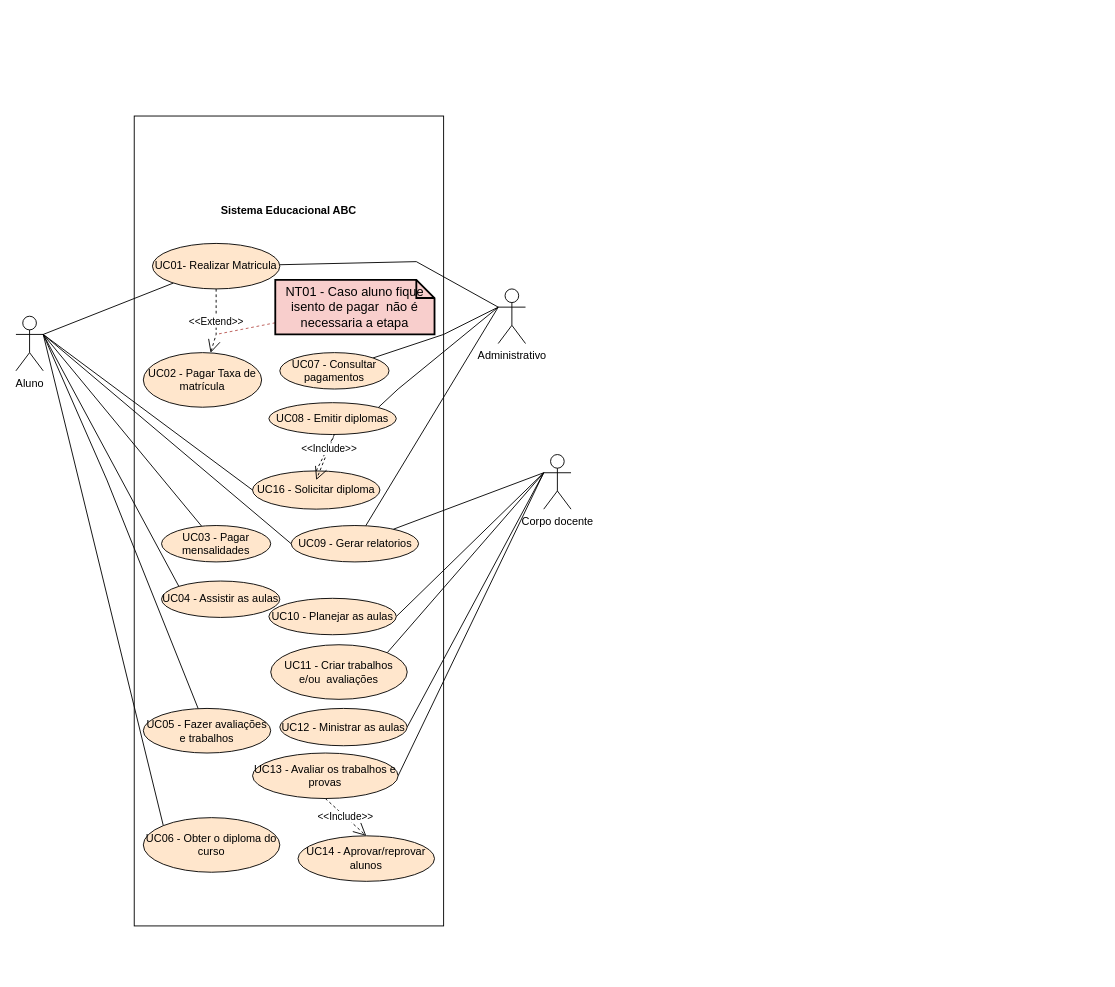
The draw.io diagram page "Page-1" (1 of 2) of CasoDeUso/Diagrama de caso de uso.drawio in EAbeier/Analise-e-Modelagem-de-Sistemas, before the edit. Source tidied: cells renumbered, new cells numbered last; positions are measured from the earlier drawing's top-left corner, leaving out a move shared by most shapes. Both pictures are drawn from the tidied source at 91%, with x=0, y=0 at pixel (15, 116).
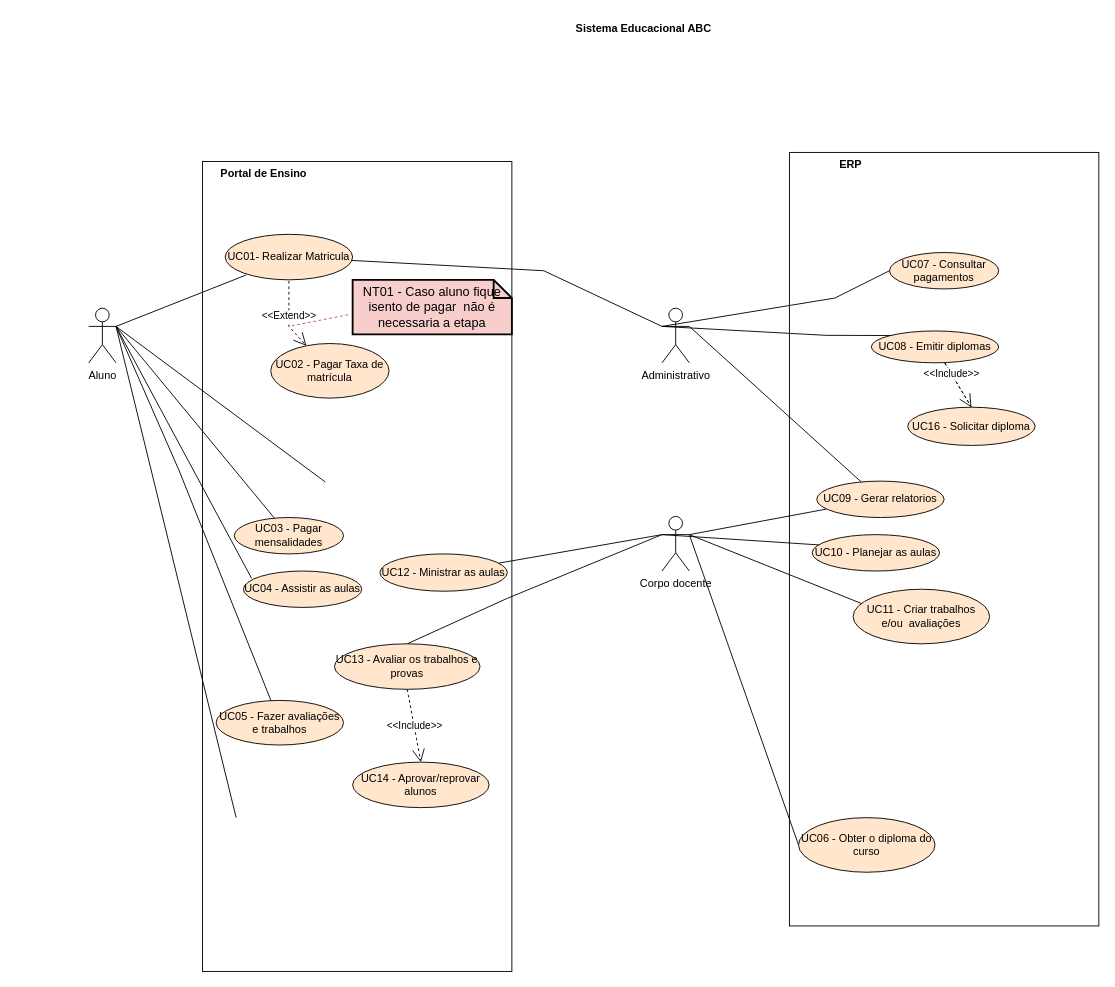
The same page after the edit.

Change to the diagram source:
```diff
@@
+    <mxCell id="45" style="rounded=0;whiteSpace=wrap;html=1;fillColor=none;" parent="1" vertex="1">
+      <mxGeometry x="205" y="50" width="340" height="890" as="geometry" />
+    </mxCell>
     <mxCell id="2" style="rounded=0;whiteSpace=wrap;html=1;fillColor=none;" parent="1" vertex="1">
-      <mxGeometry x="130" width="340" height="890" as="geometry" />
+      <mxGeometry x="850" y="40" width="340" height="850" as="geometry" />
     </mxCell>
-    <mxCell id="3" style="rounded=0;jettySize=auto;html=1;endArrow=none;endFill=0;exitX=1;exitY=0.3333333333333333;exitDx=0;exitDy=0;exitPerimeter=0;" parent="1" edge="1" source="10" target="16">
-      <mxGeometry relative="1" as="geometry" />
+    <mxCell id="3" style="rounded=0;jettySize=auto;html=1;endArrow=none;endFill=0;exitX=1;exitY=0.3333333333333333;exitDx=0;exitDy=0;exitPerimeter=0;" parent="1" edge="1" source="10">
+      <mxGeometry relative="1" as="geometry">
+        <mxPoint x="253" y="174.7" as="targetPoint" />
+      </mxGeometry>
     </mxCell>
@@
-    <mxCell id="5" style="edgeStyle=none;rounded=0;jettySize=auto;html=1;entryX=0;entryY=0;entryDx=0;entryDy=0;endArrow=none;endFill=0;exitX=1;exitY=0.3333333333333333;exitDx=0;exitDy=0;exitPerimeter=0;" parent="1" edge="1" source="10" target="30">
-      <mxGeometry relative="1" as="geometry" />
+    <mxCell id="5" style="edgeStyle=none;rounded=0;jettySize=auto;html=1;entryX=0;entryY=0;entryDx=0;entryDy=0;endArrow=none;endFill=0;exitX=1;exitY=0.3333333333333333;exitDx=0;exitDy=0;exitPerimeter=0;" parent="1" edge="1" source="10">
+      <mxGeometry relative="1" as="geometry">
+        <mxPoint x="259" y="508.1" as="targetPoint" />
+      </mxGeometry>
     </mxCell>
-    <mxCell id="6" style="edgeStyle=none;rounded=0;jettySize=auto;html=1;exitX=1;exitY=0.3333333333333333;exitDx=0;exitDy=0;exitPerimeter=0;entryX=0;entryY=0;entryDx=0;entryDy=0;endArrow=none;endFill=0;" parent="1" edge="1" source="10" target="33">
-      <mxGeometry relative="1" as="geometry" />
+    <mxCell id="6" style="edgeStyle=none;rounded=0;jettySize=auto;html=1;exitX=1;exitY=0.3333333333333333;exitDx=0;exitDy=0;exitPerimeter=0;entryX=0;entryY=0;entryDx=0;entryDy=0;endArrow=none;endFill=0;" parent="1" edge="1" source="10">
+      <mxGeometry relative="1" as="geometry">
+        <mxPoint x="242" y="771" as="targetPoint" />
+      </mxGeometry>
     </mxCell>
     <mxCell id="7" style="rounded=0;jettySize=auto;html=1;endArrow=none;endFill=0;exitX=1;exitY=0.3333333333333333;exitDx=0;exitDy=0;exitPerimeter=0;" parent="1" edge="1" source="10" target="31">
       <mxGeometry relative="1" as="geometry">
         <Array as="points">
-          <mxPoint x="100" y="400" />
+          <mxPoint x="180" y="391.2" />
         </Array>
       </mxGeometry>
     </mxCell>
-    <mxCell id="8" style="edgeStyle=none;rounded=0;jettySize=auto;html=1;exitX=1;exitY=0.3333333333333333;exitDx=0;exitDy=0;exitPerimeter=0;endArrow=none;endFill=0;entryX=0;entryY=0.5;entryDx=0;entryDy=0;" parent="1" edge="1" source="10" target="36">
-      <mxGeometry relative="1" as="geometry" />
-    </mxCell>
-    <mxCell id="9" style="rounded=0;jettySize=auto;html=1;entryX=0;entryY=0.5;entryDx=0;entryDy=0;endArrow=none;endFill=0;" parent="1" edge="1" target="43">
+    <mxCell id="9" style="rounded=0;orthogonalLoop=1;jettySize=auto;html=1;entryX=0;entryY=0.5;entryDx=0;entryDy=0;endArrow=none;endFill=0;" parent="1" edge="1">
       <mxGeometry relative="1" as="geometry">
-        <mxPoint x="30" y="240" as="sourcePoint" />
+        <mxPoint x="110" y="231.2" as="sourcePoint" />
+        <mxPoint x="340" y="402.2" as="targetPoint" />
       </mxGeometry>
     </mxCell>
     <mxCell id="10" value="Aluno" style="shape=umlActor;verticalLabelPosition=bottom;verticalAlign=top;html=1;outlineConnect=0;" parent="1" vertex="1">
-      <mxGeometry y="220" width="30" height="60" as="geometry" />
+      <mxGeometry x="80" y="211.2" width="30" height="60" as="geometry" />
     </mxCell>
-    <mxCell id="11" style="edgeStyle=none;rounded=0;jettySize=auto;html=1;endArrow=none;endFill=0;" parent="1" edge="1" target="16">
+    <mxCell id="11" style="edgeStyle=none;rounded=0;jettySize=auto;html=1;endArrow=none;endFill=0;exitX=0;exitY=0.3333333333333333;exitDx=0;exitDy=0;exitPerimeter=0;" parent="1" edge="1" source="15" target="16">
       <mxGeometry relative="1" as="geometry">
-        <mxPoint x="530" y="210" as="sourcePoint" />
         <Array as="points">
-          <mxPoint x="440" y="160" />
+          <mxPoint x="580" y="170" />
         </Array>
       </mxGeometry>
     </mxCell>
-    <mxCell id="12" style="edgeStyle=none;rounded=0;jettySize=auto;html=1;exitX=0;exitY=0.3333333333333333;exitDx=0;exitDy=0;exitPerimeter=0;entryX=1;entryY=0;entryDx=0;entryDy=0;endArrow=none;endFill=0;" parent="1" edge="1" source="15" target="35">
+    <mxCell id="12" style="edgeStyle=none;rounded=0;jettySize=auto;html=1;exitX=0;exitY=0.3333333333333333;exitDx=0;exitDy=0;exitPerimeter=0;entryX=0;entryY=0.5;entryDx=0;entryDy=0;endArrow=none;endFill=0;" parent="1" edge="1" source="15" target="35">
       <mxGeometry relative="1" as="geometry">
         <Array as="points">
-          <mxPoint x="470" y="240" />
+          <mxPoint x="900" y="200" />
         </Array>
       </mxGeometry>
     </mxCell>
     <mxCell id="13" style="edgeStyle=none;rounded=0;jettySize=auto;html=1;exitX=0;exitY=0.3333333333333333;exitDx=0;exitDy=0;exitPerimeter=0;endArrow=none;endFill=0;entryX=1;entryY=0;entryDx=0;entryDy=0;" parent="1" edge="1" source="15" target="37">
       <mxGeometry relative="1" as="geometry">
         <Array as="points">
-          <mxPoint x="420" y="300" />
+          <mxPoint x="890" y="241" />
         </Array>
       </mxGeometry>
     </mxCell>
-    <mxCell id="14" style="edgeStyle=none;rounded=0;jettySize=auto;html=1;endArrow=none;endFill=0;exitX=0;exitY=0.3333333333333333;exitDx=0;exitDy=0;exitPerimeter=0;" parent="1" edge="1" source="15" target="36">
+    <mxCell id="14" style="edgeStyle=none;rounded=0;jettySize=auto;html=1;endArrow=none;endFill=0;exitX=1;exitY=0.3333333333333333;exitDx=0;exitDy=0;exitPerimeter=0;" parent="1" edge="1" source="15" target="36">
       <mxGeometry relative="1" as="geometry" />
     </mxCell>
     <mxCell id="15" value="Administrativo" style="shape=umlActor;verticalLabelPosition=bottom;verticalAlign=top;html=1;outlineConnect=0;" parent="1" vertex="1">
-      <mxGeometry x="530" y="190" width="30" height="60" as="geometry" />
+      <mxGeometry x="710" y="211.2" width="30" height="60" as="geometry" />
     </mxCell>
     <mxCell id="16" value="UC01- Realizar Matricula" style="ellipse;whiteSpace=wrap;html=1;fillColor=#ffe6cc;strokeColor=#000000;" parent="1" vertex="1">
-      <mxGeometry x="150" y="140" width="140" height="50" as="geometry" />
+      <mxGeometry x="230" y="130" width="140" height="50" as="geometry" />
     </mxCell>
     <mxCell id="17" value="UC02 - Pagar Taxa de matrícula" style="ellipse;whiteSpace=wrap;html=1;strokeColor=#000000;fillColor=#ffe6cc;" parent="1" vertex="1">
-      <mxGeometry x="140" y="260" width="130" height="60" as="geometry" />
+      <mxGeometry x="280" y="250" width="130" height="60" as="geometry" />
     </mxCell>
-    <mxCell id="18" value="&amp;lt;&amp;lt;Extend&amp;gt;&amp;gt;" style="endArrow=open;endSize=12;dashed=1;html=1;rounded=0;" parent="1" edge="1" source="16" target="17">
+    <mxCell id="18" value="&amp;lt;&amp;lt;Extend&amp;gt;&amp;gt;" style="endArrow=open;endSize=12;dashed=1;html=1;rounded=0;" parent="1" edge="1" target="17">
       <mxGeometry relative="1" as="geometry">
+        <mxPoint x="300" y="181.2" as="sourcePoint" />
         <Array as="points">
-          <mxPoint x="220" y="240" />
+          <mxPoint x="300" y="231.2" />
         </Array>
       </mxGeometry>
     </mxCell>
-    <mxCell id="19" style="edgeStyle=none;rounded=0;jettySize=auto;html=1;dashed=1;endArrow=none;endFill=0;fillColor=#f8cecc;strokeColor=#b85450;" parent="1" edge="1" source="20">
+    <mxCell id="19" style="edgeStyle=none;rounded=0;orthogonalLoop=1;jettySize=auto;html=1;dashed=1;endArrow=none;endFill=0;fillColor=#f8cecc;strokeColor=#b85450;" parent="1" edge="1">
       <mxGeometry relative="1" as="geometry">
-        <mxPoint x="220" y="240" as="targetPoint" />
+        <mxPoint x="365" y="218.4" as="sourcePoint" />
+        <mxPoint x="300" y="231.2" as="targetPoint" />
       </mxGeometry>
     </mxCell>
     <mxCell id="20" value="NT01 - Caso aluno fique isento de pagar&amp;nbsp; não é necessaria a etapa" style="shape=note;strokeWidth=2;fontSize=14;size=20;whiteSpace=wrap;html=1;fillColor=#f8cecc;strokeColor=#000000;" parent="1" vertex="1">
-      <mxGeometry x="285" y="180" width="175" height="60" as="geometry" />
+      <mxGeometry x="370" y="180" width="175" height="60" as="geometry" />
     </mxCell>
@@
-    <mxCell id="22" style="edgeStyle=none;rounded=0;jettySize=auto;html=1;entryX=1;entryY=0.5;entryDx=0;entryDy=0;endArrow=none;endFill=0;exitX=0;exitY=0.3333333333333333;exitDx=0;exitDy=0;exitPerimeter=0;" parent="1" edge="1" source="26" target="29">
-      <mxGeometry relative="1" as="geometry" />
+    <mxCell id="22" style="edgeStyle=none;rounded=0;jettySize=auto;html=1;endArrow=none;endFill=0;" parent="1" edge="1" target="29">
+      <mxGeometry relative="1" as="geometry">
+        <mxPoint x="710" y="460" as="sourcePoint" />
+      </mxGeometry>
     </mxCell>
-    <mxCell id="23" style="edgeStyle=none;rounded=0;jettySize=auto;html=1;entryX=1;entryY=0.5;entryDx=0;entryDy=0;endArrow=none;endFill=0;exitX=0;exitY=0.3333333333333333;exitDx=0;exitDy=0;exitPerimeter=0;" parent="1" edge="1" source="26" target="32">
-      <mxGeometry relative="1" as="geometry" />
+    <mxCell id="23" style="edgeStyle=none;rounded=0;jettySize=auto;html=1;entryX=0.5;entryY=0;entryDx=0;entryDy=0;endArrow=none;endFill=0;" parent="1" edge="1" target="32">
+      <mxGeometry relative="1" as="geometry">
+        <mxPoint x="710" y="460" as="sourcePoint" />
+        <Array as="points">
+          <mxPoint x="540" y="530" />
+        </Array>
+      </mxGeometry>
     </mxCell>
-    <mxCell id="24" style="edgeStyle=none;rounded=0;jettySize=auto;html=1;endArrow=none;endFill=0;entryX=1;entryY=0;entryDx=0;entryDy=0;" parent="1" edge="1" target="39">
-      <mxGeometry relative="1" as="geometry">
-        <mxPoint x="580" y="392" as="sourcePoint" />
-      </mxGeometry>
+    <mxCell id="24" style="edgeStyle=none;rounded=0;jettySize=auto;html=1;endArrow=none;endFill=0;entryX=0.133;entryY=0.333;entryDx=0;entryDy=0;exitX=1;exitY=0.3333333333333333;exitDx=0;exitDy=0;exitPerimeter=0;entryPerimeter=0;" parent="1" edge="1" source="26" target="39">
+      <mxGeometry relative="1" as="geometry" />
     </mxCell>
-    <mxCell id="25" style="edgeStyle=none;rounded=0;jettySize=auto;html=1;endArrow=none;endFill=0;" parent="1" edge="1" target="36">
-      <mxGeometry relative="1" as="geometry">
-        <mxPoint x="580" y="392" as="sourcePoint" />
-      </mxGeometry>
+    <mxCell id="25" style="edgeStyle=none;rounded=0;jettySize=auto;html=1;endArrow=none;endFill=0;exitX=1;exitY=0.3333333333333333;exitDx=0;exitDy=0;exitPerimeter=0;" parent="1" edge="1" source="26" target="36">
+      <mxGeometry relative="1" as="geometry" />
     </mxCell>
+    <mxCell id="46" style="rounded=0;jettySize=auto;html=1;exitX=1;exitY=0.3333333333333333;exitDx=0;exitDy=0;exitPerimeter=0;entryX=0;entryY=0.5;entryDx=0;entryDy=0;endArrow=none;endFill=0;" parent="1" edge="1" source="26" target="33">
+      <mxGeometry relative="1" as="geometry" />
+    </mxCell>
     <mxCell id="26" value="Corpo docente" style="shape=umlActor;verticalLabelPosition=bottom;verticalAlign=top;html=1;outlineConnect=0;strokeColor=#000000;" parent="1" vertex="1">
-      <mxGeometry x="580" y="372" width="30" height="60" as="geometry" />
+      <mxGeometry x="710" y="440" width="30" height="60" as="geometry" />
     </mxCell>
     <mxCell id="27" value="UC03 - Pagar mensalidades" style="ellipse;whiteSpace=wrap;html=1;strokeColor=#000000;fillColor=#ffe6cc;" parent="1" vertex="1">
-      <mxGeometry x="160" y="450" width="120" height="40" as="geometry" />
+      <mxGeometry x="240" y="441.2" width="120" height="40" as="geometry" />
     </mxCell>
     <mxCell id="28" value="UC10 - Planejar as aulas" style="ellipse;whiteSpace=wrap;html=1;strokeColor=#000000;fillColor=#ffe6cc;" parent="1" vertex="1">
-      <mxGeometry x="278" y="530" width="140" height="40" as="geometry" />
+      <mxGeometry x="875" y="460" width="140" height="40" as="geometry" />
     </mxCell>
     <mxCell id="29" value="UC12 - Ministrar as aulas" style="ellipse;whiteSpace=wrap;html=1;strokeColor=#000000;fillColor=#FFE6CC;" parent="1" vertex="1">
-      <mxGeometry x="290" y="651" width="140" height="41" as="geometry" />
+      <mxGeometry x="400" y="481.2" width="140" height="41" as="geometry" />
     </mxCell>
     <mxCell id="30" value="UC04 - Assistir as aulas" style="ellipse;whiteSpace=wrap;html=1;strokeColor=#000000;fillColor=#FFE6CC;" parent="1" vertex="1">
-      <mxGeometry x="160" y="511" width="130" height="40" as="geometry" />
+      <mxGeometry x="250" y="500" width="130" height="40" as="geometry" />
     </mxCell>
     <mxCell id="31" value="UC05 - Fazer avaliações e trabalhos" style="ellipse;whiteSpace=wrap;html=1;strokeColor=#000000;fillColor=#FFE6CC;" parent="1" vertex="1">
-      <mxGeometry x="140" y="651" width="140" height="49" as="geometry" />
+      <mxGeometry x="220" y="642.2" width="140" height="49" as="geometry" />
     </mxCell>
     <mxCell id="32" value="UC13 - Avaliar os trabalhos e provas" style="ellipse;whiteSpace=wrap;html=1;strokeColor=#000000;fillColor=#FFE6CC;" parent="1" vertex="1">
-      <mxGeometry x="260" y="700" width="160" height="50" as="geometry" />
+      <mxGeometry x="350" y="580" width="160" height="50" as="geometry" />
     </mxCell>
     <mxCell id="33" value="UC06 - Obter o diploma do curso" style="ellipse;whiteSpace=wrap;html=1;strokeColor=#000000;fillColor=#FFE6CC;" parent="1" vertex="1">
-      <mxGeometry x="140" y="771" width="150" height="60" as="geometry" />
+      <mxGeometry x="860" y="771" width="150" height="60" as="geometry" />
     </mxCell>
@@
     <mxCell id="35" value="UC07 - Consultar pagamentos" style="ellipse;whiteSpace=wrap;html=1;strokeColor=#000000;fillColor=#FFE6CC;" parent="1" vertex="1">
-      <mxGeometry x="290" y="260" width="120" height="40" as="geometry" />
+      <mxGeometry x="960" y="150" width="120" height="40" as="geometry" />
     </mxCell>
     <mxCell id="36" value="UC09 - Gerar relatorios" style="ellipse;whiteSpace=wrap;html=1;strokeColor=#000000;fillColor=#FFE6CC;" parent="1" vertex="1">
-      <mxGeometry x="302.5" y="450" width="140" height="40" as="geometry" />
+      <mxGeometry x="880" y="401.2" width="140" height="40" as="geometry" />
     </mxCell>
     <mxCell id="37" value="UC08 - Emitir diplomas" style="ellipse;whiteSpace=wrap;html=1;strokeColor=#000000;fillColor=#FFE6CC;" parent="1" vertex="1">
-      <mxGeometry x="278" y="315" width="140" height="35" as="geometry" />
+      <mxGeometry x="940" y="236.2" width="140" height="35" as="geometry" />
     </mxCell>
     <mxCell id="38" value="UC14 - Aprovar/reprovar alunos" style="ellipse;whiteSpace=wrap;html=1;strokeColor=#000000;fillColor=#FFE6CC;" parent="1" vertex="1">
-      <mxGeometry x="310" y="791" width="150" height="50" as="geometry" />
+      <mxGeometry x="370" y="710" width="150" height="50" as="geometry" />
     </mxCell>
     <mxCell id="39" value="UC11 - Criar trabalhos e/ou&amp;nbsp; avaliações" style="ellipse;whiteSpace=wrap;html=1;strokeColor=#000000;fillColor=#FFE6CC;" parent="1" vertex="1">
-      <mxGeometry x="280" y="581" width="150" height="60" as="geometry" />
+      <mxGeometry x="920" y="520" width="150" height="60" as="geometry" />
     </mxCell>
     <mxCell id="40" value="Sistema Educacional ABC" style="text;align=center;fontStyle=1;verticalAlign=middle;spacingLeft=3;spacingRight=3;strokeColor=none;fillColor=none;" parent="1" vertex="1">
-      <mxGeometry x="220" y="90" width="160" height="26" as="geometry" />
+      <mxGeometry x="610" y="-110" width="160" height="26" as="geometry" />
     </mxCell>
@@
     <mxCell id="43" value="UC16 - Solicitar diploma" style="ellipse;whiteSpace=wrap;html=1;strokeColor=#000000;fillColor=#FFE6CC;" parent="1" vertex="1">
-      <mxGeometry x="260" y="390" width="140" height="42" as="geometry" />
+      <mxGeometry x="980" y="320" width="140" height="42" as="geometry" />
     </mxCell>
     <mxCell id="44" value="&amp;lt;&amp;lt;Include&amp;gt;&amp;gt;" style="endArrow=open;endSize=12;dashed=1;html=1;rounded=0;exitX=0.5;exitY=0;exitDx=0;exitDy=0;" parent="1" edge="1" source="43">
       <mxGeometry x="0.25" relative="1" as="geometry">
-        <mxPoint x="330" y="400" as="targetPoint" />
+        <mxPoint x="1050" y="320" as="targetPoint" />
         <Array as="points">
-          <mxPoint x="350" y="350" />
+          <mxPoint x="1020" y="270" />
         </Array>
       </mxGeometry>
     </mxCell>
+    <mxCell id="47" value="Portal de Ensino" style="text;align=center;fontStyle=1;verticalAlign=middle;spacingLeft=3;spacingRight=3;strokeColor=none;" parent="1" vertex="1">
+      <mxGeometry x="205" y="50" width="135" height="26" as="geometry" />
+    </mxCell>
+    <mxCell id="48" value="ERP" style="text;align=center;fontStyle=1;verticalAlign=middle;spacingLeft=3;spacingRight=3;strokeColor=none;" parent="1" vertex="1">
+      <mxGeometry x="850" y="40" width="135" height="26" as="geometry" />
+    </mxCell>
```
